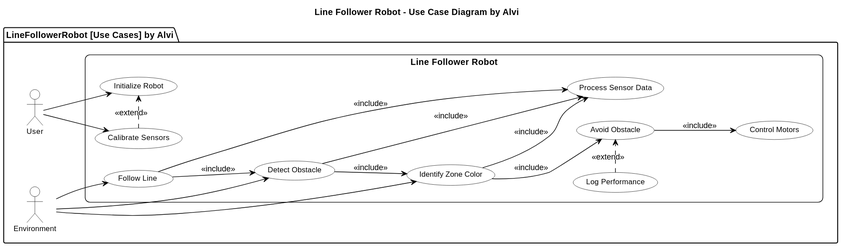
alvi231078/D2---Line-Follower-Robot keeps this PlantUML diagram as Final SysML Diagram/use_case_diagram.svg. Above is the earlier version. The source it was exported from:
```plantuml
@startuml
title Line Follower Robot - Use Case Diagram by Alvi

left to right direction

package "LineFollowerRobot [Use Cases] by Alvi" {

skinparam usecase {
  BackgroundColor White
  BorderColor Black
  ArrowColor Black
  FontSize 12
}

skinparam actor {
  BackgroundColor White
  BorderColor Black
  FontSize 12
}

skinparam rectangle {
  BorderColor Black
  BackgroundColor White
  RoundCorner 15
}

actor "User" as User
actor "Environment" as Environment

rectangle "Line Follower Robot" {

  usecase "Initialize Robot" as UC_Init
  usecase "Follow Line" as UC_Follow
  usecase "Detect Obstacle" as UC_Detect
  usecase "Identify Zone Color" as UC_Identify
  usecase "Avoid Obstacle" as UC_Avoid

  usecase "Process Sensor Data" as UC_Process
  usecase "Control Motors" as UC_Control

  usecase "Calibrate Sensors" as UC_Calibrate
  usecase "Log Performance" as UC_Log
}

User --> UC_Init
User --> UC_Calibrate

Environment --> UC_Follow
Environment --> UC_Detect
Environment --> UC_Identify

UC_Follow --> UC_Process : <<include>>
UC_Detect --> UC_Process : <<include>>
UC_Identify --> UC_Process : <<include>>
UC_Avoid --> UC_Control : <<include>>

UC_Follow --> UC_Detect : <<include>>
UC_Detect --> UC_Identify : <<include>>
UC_Identify --> UC_Avoid : <<include>>

UC_Calibrate .> UC_Init : <<extend>>
UC_Log .> UC_Avoid : <<extend>>

}
@enduml
```
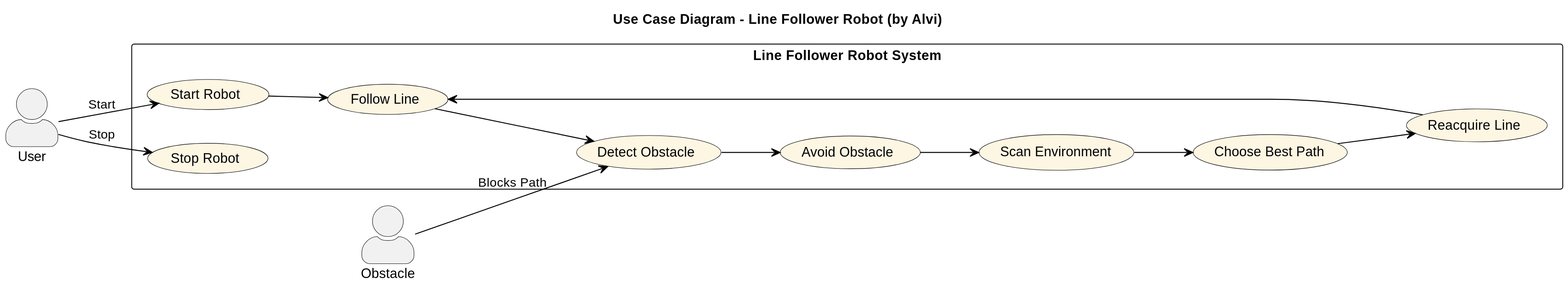
Later version of the same file.

Diff of the diagram source:
```diff
@@ -1,65 +1,42 @@
 @startuml
-title Line Follower Robot - Use Case Diagram by Alvi
+title Use Case Diagram - Line Follower Robot (by Alvi)
 
 left to right direction
 
-package "LineFollowerRobot [Use Cases] by Alvi" {
-
+skinparam actorStyle awesome
+skinparam dpi 150
 skinparam usecase {
-  BackgroundColor White
+  BackgroundColor #FDF6E3
   BorderColor Black
   ArrowColor Black
-  FontSize 12
+  FontSize 14
 }
 
-skinparam actor {
-  BackgroundColor White
-  BorderColor Black
-  FontSize 12
-}
+actor User as U
+actor Obstacle as OB
 
-skinparam rectangle {
-  BorderColor Black
-  BackgroundColor White
-  RoundCorner 15
-}
+rectangle "Line Follower Robot System" {
 
-actor "User" as User
-actor "Environment" as Environment
+  (Start Robot) as UC_Start
+  (Follow Line) as UC_Follow
+  (Detect Obstacle) as UC_Detect
+  (Scan Environment) as UC_Scan
+  (Choose Best Path) as UC_Choose
+  (Avoid Obstacle) as UC_Avoid
+  (Reacquire Line) as UC_Reacquire
+  (Stop Robot) as UC_Stop
 
-rectangle "Line Follower Robot" {
+  UC_Start --> UC_Follow
+  UC_Follow --> UC_Detect
+  UC_Detect --> UC_Avoid
+  UC_Avoid --> UC_Scan
+  UC_Scan --> UC_Choose
+  UC_Choose --> UC_Reacquire
+  UC_Reacquire --> UC_Follow
 
-  usecase "Initialize Robot" as UC_Init
-  usecase "Follow Line" as UC_Follow
-  usecase "Detect Obstacle" as UC_Detect
-  usecase "Identify Zone Color" as UC_Identify
-  usecase "Avoid Obstacle" as UC_Avoid
+  U --> UC_Start : Start
+  U --> UC_Stop : Stop
 
-  usecase "Process Sensor Data" as UC_Process
-  usecase "Control Motors" as UC_Control
-
-  usecase "Calibrate Sensors" as UC_Calibrate
-  usecase "Log Performance" as UC_Log
-}
-
-User --> UC_Init
-User --> UC_Calibrate
-
-Environment --> UC_Follow
-Environment --> UC_Detect
-Environment --> UC_Identify
-
-UC_Follow --> UC_Process : <<include>>
-UC_Detect --> UC_Process : <<include>>
-UC_Identify --> UC_Process : <<include>>
-UC_Avoid --> UC_Control : <<include>>
-
-UC_Follow --> UC_Detect : <<include>>
-UC_Detect --> UC_Identify : <<include>>
-UC_Identify --> UC_Avoid : <<include>>
-
-UC_Calibrate .> UC_Init : <<extend>>
-UC_Log .> UC_Avoid : <<extend>>
-
+  OB --> UC_Detect : Blocks Path
 }
 @enduml
```
